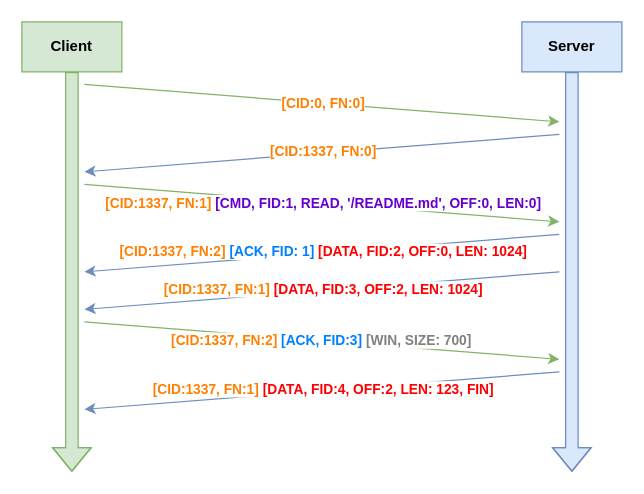
gierens/rft keeps this draw.io diagram as page "Example" (2 of 2) of rft.drawio. Above is the earlier version. Source tidied: cells renumbered, new cells numbered last; positions are measured from the earlier drawing's top-left corner, leaving out a move shared by most shapes. Both pictures are drawn from the tidied source at 125%, with x=0, y=0 at pixel (21, 21).
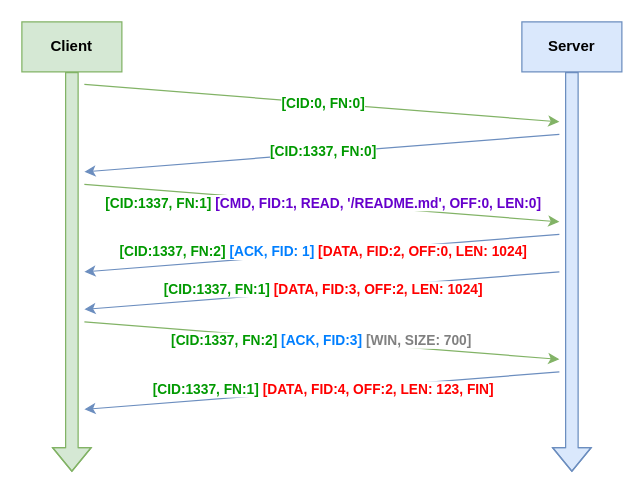
Above is the later version.

Commit message:
feat(drawio): update colors in example slide

Unchanged cells that the change refers to:
```xml
<mxCell id="6" style="endArrow=classic;html=1;rounded=0;fillColor=#d5e8d4;strokeColor=#82b366;" parent="1" edge="1">
  <mxGeometry relative="1" as="geometry">
    <mxPoint x="50" y="50" as="sourcePoint" />
    <mxPoint x="430" y="80" as="targetPoint" />
  </mxGeometry>
</mxCell>
<mxCell id="8" style="endArrow=none;html=1;rounded=0;startArrow=classic;startFill=1;endFill=0;fillColor=#dae8fc;strokeColor=#6c8ebf;" parent="1" edge="1">
  <mxGeometry relative="1" as="geometry">
    <mxPoint x="50" y="120" as="sourcePoint" />
    <mxPoint x="430" y="90" as="targetPoint" />
  </mxGeometry>
</mxCell>
<mxCell id="10" style="endArrow=classic;html=1;rounded=0;fillColor=#d5e8d4;strokeColor=#82b366;" parent="1" edge="1">
  <mxGeometry relative="1" as="geometry">
    <mxPoint x="50" y="130" as="sourcePoint" />
    <mxPoint x="430" y="160" as="targetPoint" />
  </mxGeometry>
</mxCell>
<mxCell id="12" style="endArrow=none;html=1;rounded=0;startArrow=classic;startFill=1;endFill=0;fillColor=#dae8fc;strokeColor=#6c8ebf;" parent="1" edge="1">
  <mxGeometry relative="1" as="geometry">
    <mxPoint x="50" y="200" as="sourcePoint" />
    <mxPoint x="430" y="170" as="targetPoint" />
  </mxGeometry>
</mxCell>
<mxCell id="14" style="endArrow=none;html=1;rounded=0;startArrow=classic;startFill=1;endFill=0;fillColor=#dae8fc;strokeColor=#6c8ebf;" parent="1" edge="1">
  <mxGeometry relative="1" as="geometry">
    <mxPoint x="50" y="230" as="sourcePoint" />
    <mxPoint x="430" y="200" as="targetPoint" />
  </mxGeometry>
</mxCell>
<mxCell id="16" style="endArrow=classic;html=1;rounded=0;fillColor=#d5e8d4;strokeColor=#82b366;" parent="1" edge="1">
  <mxGeometry relative="1" as="geometry">
    <mxPoint x="50" y="240" as="sourcePoint" />
    <mxPoint x="430" y="270" as="targetPoint" />
  </mxGeometry>
</mxCell>
<mxCell id="18" style="endArrow=none;html=1;rounded=0;startArrow=classic;startFill=1;endFill=0;fillColor=#dae8fc;strokeColor=#6c8ebf;" parent="1" edge="1">
  <mxGeometry relative="1" as="geometry">
    <mxPoint x="50" y="310" as="sourcePoint" />
    <mxPoint x="430" y="280" as="targetPoint" />
  </mxGeometry>
</mxCell>
```

The edit, as a diff of the source:
```diff
@@
-    <mxCell id="7" value="&lt;font color=&quot;#ff8000&quot;&gt;&lt;b&gt;[CID:0, FN:0]&lt;/b&gt;&lt;/font&gt;" style="edgeLabel;html=1;align=center;verticalAlign=middle;" parent="6" vertex="1">
+    <mxCell id="7" value="&lt;b style=&quot;&quot;&gt;&lt;font color=&quot;#009900&quot;&gt;[CID:0, FN:0]&lt;/font&gt;&lt;/b&gt;" style="edgeLabel;html=1;align=center;verticalAlign=middle;" parent="6" vertex="1">
       <mxGeometry y="1" relative="1" as="geometry" />
     </mxCell>
@@
-    <mxCell id="9" value="&lt;font color=&quot;#ff8000&quot;&gt;&lt;b&gt;[CID:1337, FN:0]&lt;/b&gt;&lt;/font&gt;" style="edgeLabel;html=1;align=center;verticalAlign=middle;" parent="8" vertex="1">
+    <mxCell id="9" value="&lt;b style=&quot;&quot;&gt;&lt;font color=&quot;#009900&quot;&gt;[CID:1337, FN:0]&lt;/font&gt;&lt;/b&gt;" style="edgeLabel;html=1;align=center;verticalAlign=middle;" parent="8" vertex="1">
       <mxGeometry y="1" relative="1" as="geometry" />
     </mxCell>
@@
-    <mxCell id="11" value="&lt;b&gt;&lt;font color=&quot;#ff8000&quot;&gt;[CID:1337, FN:1]&lt;/font&gt; &lt;font color=&quot;#6600cc&quot;&gt;[CMD, FID:1, READ, '/README.md', OFF:0, LEN:0]&lt;/font&gt;&lt;/b&gt;" style="edgeLabel;html=1;align=center;verticalAlign=middle;" parent="10" vertex="1">
+    <mxCell id="11" value="&lt;b&gt;&lt;font color=&quot;#009900&quot;&gt;[CID:1337, FN:1]&lt;/font&gt; &lt;font color=&quot;#6600cc&quot;&gt;[CMD, FID:1, READ, '/README.md', OFF:0, LEN:0]&lt;/font&gt;&lt;/b&gt;" style="edgeLabel;html=1;align=center;verticalAlign=middle;" parent="10" vertex="1">
       <mxGeometry y="1" relative="1" as="geometry" />
     </mxCell>
@@
-    <mxCell id="13" value="&lt;b&gt;&lt;font color=&quot;#ff8000&quot;&gt;[CID:1337, FN:2]&lt;/font&gt; &lt;font color=&quot;#007fff&quot;&gt;[ACK, FID: 1]&lt;/font&gt; &lt;font color=&quot;#ff0000&quot;&gt;[DATA, FID:2, OFF:0, LEN: 1024]&lt;/font&gt;&lt;/b&gt;" style="edgeLabel;html=1;align=center;verticalAlign=middle;" parent="12" vertex="1">
+    <mxCell id="13" value="&lt;b&gt;&lt;font color=&quot;#009900&quot;&gt;[CID:1337, FN:2]&lt;/font&gt; &lt;font color=&quot;#007fff&quot;&gt;[ACK, FID: 1]&lt;/font&gt; &lt;font color=&quot;#ff0000&quot;&gt;[DATA, FID:2, OFF:0, LEN: 1024]&lt;/font&gt;&lt;/b&gt;" style="edgeLabel;html=1;align=center;verticalAlign=middle;" parent="12" vertex="1">
       <mxGeometry y="1" relative="1" as="geometry" />
     </mxCell>
@@
-    <mxCell id="15" value="&lt;b&gt;&lt;font color=&quot;#ff8000&quot;&gt;[CID:1337, FN:1]&lt;/font&gt; &lt;font color=&quot;#ff0000&quot;&gt;[DATA, FID:3, OFF:2, LEN: 1024]&lt;/font&gt;&lt;/b&gt;" style="edgeLabel;html=1;align=center;verticalAlign=middle;" parent="14" vertex="1">
+    <mxCell id="15" value="&lt;b&gt;&lt;font color=&quot;#009900&quot;&gt;[CID:1337, FN:1]&lt;/font&gt; &lt;font color=&quot;#ff0000&quot;&gt;[DATA, FID:3, OFF:2, LEN: 1024]&lt;/font&gt;&lt;/b&gt;" style="edgeLabel;html=1;align=center;verticalAlign=middle;" parent="14" vertex="1">
       <mxGeometry y="1" relative="1" as="geometry" />
     </mxCell>
@@
-    <mxCell id="17" value="&lt;b&gt;&lt;font color=&quot;#ff8000&quot;&gt;[CID:1337, FN:2]&lt;/font&gt; &lt;font color=&quot;#007fff&quot;&gt;[ACK, FID:3]&lt;/font&gt;&lt;font color=&quot;#808080&quot;&gt; [WIN, SIZE: 700]&amp;nbsp;&lt;/font&gt;&lt;/b&gt;" style="edgeLabel;html=1;align=center;verticalAlign=middle;" parent="16" vertex="1">
+    <mxCell id="17" value="&lt;b&gt;&lt;font color=&quot;#009900&quot;&gt;[CID:1337, FN:2]&lt;/font&gt; &lt;font color=&quot;#007fff&quot;&gt;[ACK, FID:3]&lt;/font&gt;&lt;font color=&quot;#808080&quot;&gt; [WIN, SIZE: 700]&amp;nbsp;&lt;/font&gt;&lt;/b&gt;" style="edgeLabel;html=1;align=center;verticalAlign=middle;" parent="16" vertex="1">
       <mxGeometry y="1" relative="1" as="geometry" />
     </mxCell>
@@
-    <mxCell id="19" value="&lt;b&gt;&lt;font color=&quot;#ff8000&quot;&gt;[CID:1337, FN:1]&lt;/font&gt; &lt;font color=&quot;#ff0000&quot;&gt;[DATA, FID:4, OFF:2, LEN: 123, FIN]&lt;/font&gt;&lt;/b&gt;" style="edgeLabel;html=1;align=center;verticalAlign=middle;" parent="18" vertex="1">
+    <mxCell id="19" value="&lt;b&gt;&lt;font color=&quot;#009900&quot;&gt;[CID:1337, FN:1]&lt;/font&gt; &lt;font color=&quot;#ff0000&quot;&gt;[DATA, FID:4, OFF:2, LEN: 123, FIN]&lt;/font&gt;&lt;/b&gt;" style="edgeLabel;html=1;align=center;verticalAlign=middle;" parent="18" vertex="1">
       <mxGeometry y="1" relative="1" as="geometry" />
     </mxCell>
```
